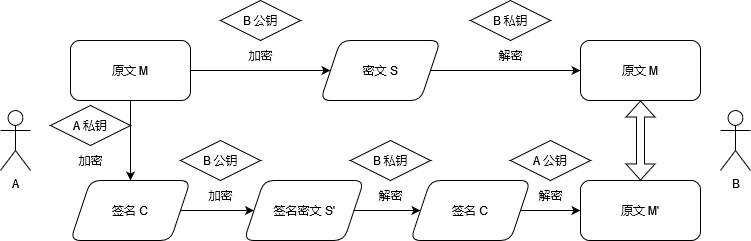
ETXIN/drawio keeps this draw.io diagram as 利用RSA进行数字签名的过程.drawio.png. Above is the earlier version. Source tidied: cells renumbered, new cells last; positions are measured from the earlier drawing's top-left corner, leaving out a move shared by most shapes. The source it was exported from:
```xml
<mxGraphModel>
  <root>
    <mxCell id="0" />
    <mxCell id="1" parent="0" />
    <mxCell id="2" style="edgeStyle=orthogonalEdgeStyle;rounded=0;jettySize=auto;html=1;" parent="1" edge="1" source="4" target="6">
      <mxGeometry relative="1" as="geometry" />
    </mxCell>
    <mxCell id="3" style="edgeStyle=orthogonalEdgeStyle;rounded=0;jettySize=auto;html=1;" parent="1" edge="1" source="4" target="14">
      <mxGeometry relative="1" as="geometry" />
    </mxCell>
    <mxCell id="4" value="原文 M" style="rounded=1;whiteSpace=wrap;html=1;" parent="1" vertex="1">
      <mxGeometry x="70" y="40" width="120" height="60" as="geometry" />
    </mxCell>
    <mxCell id="5" style="edgeStyle=orthogonalEdgeStyle;rounded=0;jettySize=auto;html=1;" parent="1" edge="1" source="6" target="7">
      <mxGeometry relative="1" as="geometry" />
    </mxCell>
    <mxCell id="6" value="密文 S" style="shape=parallelogram;perimeter=parallelogramPerimeter;whiteSpace=wrap;html=1;fixedSize=1;rounded=1;" parent="1" vertex="1">
      <mxGeometry x="320" y="40" width="120" height="60" as="geometry" />
    </mxCell>
    <mxCell id="7" value="原文 M" style="whiteSpace=wrap;html=1;rounded=1;" parent="1" vertex="1">
      <mxGeometry x="580" y="40" width="120" height="60" as="geometry" />
    </mxCell>
    <mxCell id="8" value="&lt;div&gt;加密&lt;/div&gt;" style="text;html=1;align=center;verticalAlign=middle;strokeColor=none;fillColor=none;" parent="1" vertex="1">
      <mxGeometry x="235" y="40" width="50" height="30" as="geometry" />
    </mxCell>
    <mxCell id="9" value="&lt;div&gt;解密&lt;/div&gt;" style="text;align=center;verticalAlign=middle;strokeColor=none;fillColor=none;html=1;" parent="1" vertex="1">
      <mxGeometry x="485" y="40" width="50" height="30" as="geometry" />
    </mxCell>
    <mxCell id="10" value="&lt;div&gt;B 公钥&lt;/div&gt;" style="rhombus;whiteSpace=wrap;html=1;fillColor=default;" parent="1" vertex="1">
      <mxGeometry x="220" width="80" height="40" as="geometry" />
    </mxCell>
    <mxCell id="11" value="&lt;div&gt;B 私钥&lt;/div&gt;" style="rhombus;whiteSpace=wrap;html=1;fillColor=default;" parent="1" vertex="1">
      <mxGeometry x="470" width="80" height="40" as="geometry" />
    </mxCell>
    <mxCell id="12" value="A" style="shape=umlActor;verticalLabelPosition=bottom;verticalAlign=top;html=1;fillColor=default;" parent="1" vertex="1">
      <mxGeometry y="110" width="30" height="60" as="geometry" />
    </mxCell>
    <mxCell id="13" style="edgeStyle=orthogonalEdgeStyle;rounded=0;jettySize=auto;html=1;" parent="1" edge="1" source="14" target="16">
      <mxGeometry relative="1" as="geometry" />
    </mxCell>
    <mxCell id="14" value="签名 C" style="shape=parallelogram;perimeter=parallelogramPerimeter;whiteSpace=wrap;html=1;fixedSize=1;rounded=1;" parent="1" vertex="1">
      <mxGeometry x="70" y="180" width="120" height="60" as="geometry" />
    </mxCell>
    <mxCell id="15" style="edgeStyle=orthogonalEdgeStyle;rounded=0;jettySize=auto;html=1;" parent="1" edge="1" source="16" target="18">
      <mxGeometry relative="1" as="geometry" />
    </mxCell>
    <mxCell id="16" value="签名密文 S'" style="shape=parallelogram;perimeter=parallelogramPerimeter;whiteSpace=wrap;html=1;fixedSize=1;rounded=1;" parent="1" vertex="1">
      <mxGeometry x="243.5" y="180" width="120" height="60" as="geometry" />
    </mxCell>
    <mxCell id="17" style="edgeStyle=orthogonalEdgeStyle;rounded=0;jettySize=auto;html=1;" parent="1" edge="1" source="18" target="19">
      <mxGeometry relative="1" as="geometry" />
    </mxCell>
    <mxCell id="18" value="签名 C" style="shape=parallelogram;perimeter=parallelogramPerimeter;whiteSpace=wrap;html=1;fixedSize=1;rounded=1;" parent="1" vertex="1">
      <mxGeometry x="410" y="180" width="120" height="60" as="geometry" />
    </mxCell>
    <mxCell id="19" value="原文 M'" style="whiteSpace=wrap;html=1;rounded=1;" parent="1" vertex="1">
      <mxGeometry x="580" y="180" width="120" height="60" as="geometry" />
    </mxCell>
    <mxCell id="20" style="shape=flexArrow;endArrow=classic;startArrow=classic;html=1;rounded=0;strokeColor=default;entryX=0.5;entryY=1;entryDx=0;entryDy=0;exitX=0.5;exitY=0;exitDx=0;exitDy=0;startSize=5;endSize=5;width=8;" parent="1" edge="1" source="19" target="7">
      <mxGeometry relative="1" as="geometry" />
    </mxCell>
    <mxCell id="21" value="B" style="shape=umlActor;verticalLabelPosition=bottom;verticalAlign=top;html=1;fillColor=default;" parent="1" vertex="1">
      <mxGeometry x="720" y="110" width="30" height="60" as="geometry" />
    </mxCell>
    <mxCell id="22" value="&lt;div&gt;加密&lt;/div&gt;" style="text;html=1;align=center;verticalAlign=middle;strokeColor=none;fillColor=none;" parent="1" vertex="1">
      <mxGeometry x="195" y="180" width="50" height="30" as="geometry" />
    </mxCell>
    <mxCell id="23" value="&lt;div&gt;B 公钥&lt;/div&gt;" style="rhombus;whiteSpace=wrap;html=1;fillColor=default;" parent="1" vertex="1">
      <mxGeometry x="180" y="140" width="80" height="40" as="geometry" />
    </mxCell>
    <mxCell id="24" value="&lt;div&gt;解密&lt;/div&gt;" style="text;align=center;verticalAlign=middle;strokeColor=none;fillColor=none;html=1;" parent="1" vertex="1">
      <mxGeometry x="365" y="180" width="50" height="30" as="geometry" />
    </mxCell>
    <mxCell id="25" value="&lt;div&gt;B 私钥&lt;/div&gt;" style="rhombus;whiteSpace=wrap;html=1;fillColor=default;" parent="1" vertex="1">
      <mxGeometry x="350" y="140" width="80" height="40" as="geometry" />
    </mxCell>
    <mxCell id="26" value="&lt;div&gt;A 私钥&lt;br&gt;&lt;/div&gt;" style="rhombus;whiteSpace=wrap;html=1;fillColor=default;" parent="1" vertex="1">
      <mxGeometry x="50" y="105" width="80" height="40" as="geometry" />
    </mxCell>
    <mxCell id="27" value="&lt;div&gt;加密&lt;/div&gt;" style="text;html=1;align=center;verticalAlign=middle;strokeColor=none;fillColor=none;" parent="1" vertex="1">
      <mxGeometry x="65" y="145" width="50" height="30" as="geometry" />
    </mxCell>
    <mxCell id="28" value="&lt;div&gt;解密&lt;/div&gt;" style="text;align=center;verticalAlign=middle;strokeColor=none;fillColor=none;html=1;" parent="1" vertex="1">
      <mxGeometry x="525" y="180" width="50" height="30" as="geometry" />
    </mxCell>
    <mxCell id="29" value="A 公钥" style="rhombus;whiteSpace=wrap;html=1;fillColor=default;" parent="1" vertex="1">
      <mxGeometry x="510" y="140" width="80" height="40" as="geometry" />
    </mxCell>
  </root>
</mxGraphModel>
```
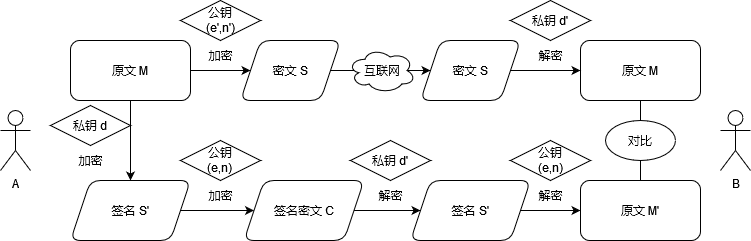
Above is the later version.

Commit message:
更新 利用RSA进行数字签名的过程.drawio.png

Diff of the diagram source:
```diff
@@ -11,26 +11,29 @@
     <mxCell id="4" value="原文 M" style="rounded=1;whiteSpace=wrap;html=1;" parent="1" vertex="1">
       <mxGeometry x="70" y="40" width="120" height="60" as="geometry" />
     </mxCell>
-    <mxCell id="5" style="edgeStyle=orthogonalEdgeStyle;rounded=0;jettySize=auto;html=1;" parent="1" edge="1" source="6" target="7">
-      <mxGeometry relative="1" as="geometry" />
-    </mxCell>
+    <mxCell id="30" style="edgeStyle=orthogonalEdgeStyle;rounded=0;jettySize=auto;html=1;exitX=1;exitY=0.5;exitDx=0;exitDy=0;entryX=0;entryY=0.5;entryDx=0;entryDy=0;endArrow=classic;endFill=1;" parent="1" edge="1" source="6" target="33">
+      <mxGeometry relative="1" as="geometry" />
+    </mxCell>
     <mxCell id="6" value="密文 S" style="shape=parallelogram;perimeter=parallelogramPerimeter;whiteSpace=wrap;html=1;fixedSize=1;rounded=1;" parent="1" vertex="1">
-      <mxGeometry x="320" y="40" width="120" height="60" as="geometry" />
+      <mxGeometry x="240" y="40" width="100" height="60" as="geometry" />
     </mxCell>
+    <mxCell id="31" style="edgeStyle=orthogonalEdgeStyle;rounded=0;jettySize=auto;html=1;exitX=0.5;exitY=1;exitDx=0;exitDy=0;endArrow=none;endFill=0;" parent="1" edge="1" source="7" target="36">
+      <mxGeometry relative="1" as="geometry" />
+    </mxCell>
     <mxCell id="7" value="原文 M" style="whiteSpace=wrap;html=1;rounded=1;" parent="1" vertex="1">
       <mxGeometry x="580" y="40" width="120" height="60" as="geometry" />
     </mxCell>
     <mxCell id="8" value="&lt;div&gt;加密&lt;/div&gt;" style="text;html=1;align=center;verticalAlign=middle;strokeColor=none;fillColor=none;" parent="1" vertex="1">
-      <mxGeometry x="235" y="40" width="50" height="30" as="geometry" />
+      <mxGeometry x="195" y="40" width="50" height="30" as="geometry" />
     </mxCell>
     <mxCell id="9" value="&lt;div&gt;解密&lt;/div&gt;" style="text;align=center;verticalAlign=middle;strokeColor=none;fillColor=none;html=1;" parent="1" vertex="1">
-      <mxGeometry x="485" y="40" width="50" height="30" as="geometry" />
+      <mxGeometry x="525" y="40" width="50" height="30" as="geometry" />
     </mxCell>
-    <mxCell id="10" value="&lt;div&gt;B 公钥&lt;/div&gt;" style="rhombus;whiteSpace=wrap;html=1;fillColor=default;" parent="1" vertex="1">
-      <mxGeometry x="220" width="80" height="40" as="geometry" />
+    <mxCell id="10" value="&lt;div&gt;公钥&lt;/div&gt;&lt;div&gt;(e',n')&lt;/div&gt;" style="rhombus;whiteSpace=wrap;html=1;fillColor=default;" parent="1" vertex="1">
+      <mxGeometry x="180" width="80" height="40" as="geometry" />
     </mxCell>
-    <mxCell id="11" value="&lt;div&gt;B 私钥&lt;/div&gt;" style="rhombus;whiteSpace=wrap;html=1;fillColor=default;" parent="1" vertex="1">
-      <mxGeometry x="470" width="80" height="40" as="geometry" />
+    <mxCell id="11" value="&lt;div&gt;私钥 d'&lt;/div&gt;" style="rhombus;whiteSpace=wrap;html=1;fillColor=default;" parent="1" vertex="1">
+      <mxGeometry x="510" width="80" height="40" as="geometry" />
     </mxCell>
     <mxCell id="12" value="A" style="shape=umlActor;verticalLabelPosition=bottom;verticalAlign=top;html=1;fillColor=default;" parent="1" vertex="1">
       <mxGeometry y="110" width="30" height="60" as="geometry" />
@@ -38,43 +41,40 @@
     <mxCell id="13" style="edgeStyle=orthogonalEdgeStyle;rounded=0;jettySize=auto;html=1;" parent="1" edge="1" source="14" target="16">
       <mxGeometry relative="1" as="geometry" />
     </mxCell>
-    <mxCell id="14" value="签名 C" style="shape=parallelogram;perimeter=parallelogramPerimeter;whiteSpace=wrap;html=1;fixedSize=1;rounded=1;" parent="1" vertex="1">
+    <mxCell id="14" value="签名 S'" style="shape=parallelogram;perimeter=parallelogramPerimeter;whiteSpace=wrap;html=1;fixedSize=1;rounded=1;" parent="1" vertex="1">
       <mxGeometry x="70" y="180" width="120" height="60" as="geometry" />
     </mxCell>
     <mxCell id="15" style="edgeStyle=orthogonalEdgeStyle;rounded=0;jettySize=auto;html=1;" parent="1" edge="1" source="16" target="18">
       <mxGeometry relative="1" as="geometry" />
     </mxCell>
-    <mxCell id="16" value="签名密文 S'" style="shape=parallelogram;perimeter=parallelogramPerimeter;whiteSpace=wrap;html=1;fixedSize=1;rounded=1;" parent="1" vertex="1">
+    <mxCell id="16" value="签名密文 C" style="shape=parallelogram;perimeter=parallelogramPerimeter;whiteSpace=wrap;html=1;fixedSize=1;rounded=1;" parent="1" vertex="1">
       <mxGeometry x="243.5" y="180" width="120" height="60" as="geometry" />
     </mxCell>
     <mxCell id="17" style="edgeStyle=orthogonalEdgeStyle;rounded=0;jettySize=auto;html=1;" parent="1" edge="1" source="18" target="19">
       <mxGeometry relative="1" as="geometry" />
     </mxCell>
-    <mxCell id="18" value="签名 C" style="shape=parallelogram;perimeter=parallelogramPerimeter;whiteSpace=wrap;html=1;fixedSize=1;rounded=1;" parent="1" vertex="1">
+    <mxCell id="18" value="签名 S'" style="shape=parallelogram;perimeter=parallelogramPerimeter;whiteSpace=wrap;html=1;fixedSize=1;rounded=1;" parent="1" vertex="1">
       <mxGeometry x="410" y="180" width="120" height="60" as="geometry" />
     </mxCell>
     <mxCell id="19" value="原文 M'" style="whiteSpace=wrap;html=1;rounded=1;" parent="1" vertex="1">
       <mxGeometry x="580" y="180" width="120" height="60" as="geometry" />
     </mxCell>
-    <mxCell id="20" style="shape=flexArrow;endArrow=classic;startArrow=classic;html=1;rounded=0;strokeColor=default;entryX=0.5;entryY=1;entryDx=0;entryDy=0;exitX=0.5;exitY=0;exitDx=0;exitDy=0;startSize=5;endSize=5;width=8;" parent="1" edge="1" source="19" target="7">
-      <mxGeometry relative="1" as="geometry" />
-    </mxCell>
     <mxCell id="21" value="B" style="shape=umlActor;verticalLabelPosition=bottom;verticalAlign=top;html=1;fillColor=default;" parent="1" vertex="1">
       <mxGeometry x="720" y="110" width="30" height="60" as="geometry" />
     </mxCell>
     <mxCell id="22" value="&lt;div&gt;加密&lt;/div&gt;" style="text;html=1;align=center;verticalAlign=middle;strokeColor=none;fillColor=none;" parent="1" vertex="1">
       <mxGeometry x="195" y="180" width="50" height="30" as="geometry" />
     </mxCell>
-    <mxCell id="23" value="&lt;div&gt;B 公钥&lt;/div&gt;" style="rhombus;whiteSpace=wrap;html=1;fillColor=default;" parent="1" vertex="1">
+    <mxCell id="23" value="&lt;div&gt;公钥&lt;/div&gt;&lt;div&gt;(e,n)&lt;br&gt;&lt;/div&gt;" style="rhombus;whiteSpace=wrap;html=1;fillColor=default;" parent="1" vertex="1">
       <mxGeometry x="180" y="140" width="80" height="40" as="geometry" />
     </mxCell>
     <mxCell id="24" value="&lt;div&gt;解密&lt;/div&gt;" style="text;align=center;verticalAlign=middle;strokeColor=none;fillColor=none;html=1;" parent="1" vertex="1">
       <mxGeometry x="365" y="180" width="50" height="30" as="geometry" />
     </mxCell>
-    <mxCell id="25" value="&lt;div&gt;B 私钥&lt;/div&gt;" style="rhombus;whiteSpace=wrap;html=1;fillColor=default;" parent="1" vertex="1">
+    <mxCell id="25" value="&lt;div&gt;私钥 d'&lt;br&gt;&lt;/div&gt;" style="rhombus;whiteSpace=wrap;html=1;fillColor=default;" parent="1" vertex="1">
       <mxGeometry x="350" y="140" width="80" height="40" as="geometry" />
     </mxCell>
-    <mxCell id="26" value="&lt;div&gt;A 私钥&lt;br&gt;&lt;/div&gt;" style="rhombus;whiteSpace=wrap;html=1;fillColor=default;" parent="1" vertex="1">
+    <mxCell id="26" value="&lt;div&gt;私钥 d&lt;br&gt;&lt;/div&gt;" style="rhombus;whiteSpace=wrap;html=1;fillColor=default;" parent="1" vertex="1">
       <mxGeometry x="50" y="105" width="80" height="40" as="geometry" />
     </mxCell>
     <mxCell id="27" value="&lt;div&gt;加密&lt;/div&gt;" style="text;html=1;align=center;verticalAlign=middle;strokeColor=none;fillColor=none;" parent="1" vertex="1">
@@ -83,8 +83,23 @@
     <mxCell id="28" value="&lt;div&gt;解密&lt;/div&gt;" style="text;align=center;verticalAlign=middle;strokeColor=none;fillColor=none;html=1;" parent="1" vertex="1">
       <mxGeometry x="525" y="180" width="50" height="30" as="geometry" />
     </mxCell>
-    <mxCell id="29" value="A 公钥" style="rhombus;whiteSpace=wrap;html=1;fillColor=default;" parent="1" vertex="1">
+    <mxCell id="29" value="&lt;div&gt;公钥&lt;br&gt;&lt;/div&gt;(e,n)" style="rhombus;whiteSpace=wrap;html=1;fillColor=default;" parent="1" vertex="1">
       <mxGeometry x="510" y="140" width="80" height="40" as="geometry" />
     </mxCell>
+    <mxCell id="32" style="edgeStyle=orthogonalEdgeStyle;rounded=0;jettySize=auto;html=1;exitX=1;exitY=0.5;exitDx=0;exitDy=0;endArrow=classic;endFill=1;" parent="1" edge="1" source="33" target="7">
+      <mxGeometry relative="1" as="geometry" />
+    </mxCell>
+    <mxCell id="33" value="密文 S" style="shape=parallelogram;perimeter=parallelogramPerimeter;whiteSpace=wrap;html=1;fixedSize=1;rounded=1;" parent="1" vertex="1">
+      <mxGeometry x="420" y="40" width="100" height="60" as="geometry" />
+    </mxCell>
+    <mxCell id="34" value="互联网" style="ellipse;shape=cloud;whiteSpace=wrap;html=1;" parent="1" vertex="1">
+      <mxGeometry x="347.5" y="47.5" width="67.5" height="45" as="geometry" />
+    </mxCell>
+    <mxCell id="35" style="edgeStyle=orthogonalEdgeStyle;rounded=0;jettySize=auto;html=1;endArrow=none;endFill=0;" parent="1" edge="1" source="36" target="19">
+      <mxGeometry relative="1" as="geometry" />
+    </mxCell>
+    <mxCell id="36" value="&lt;div&gt;对比&lt;/div&gt;" style="ellipse;whiteSpace=wrap;html=1;" parent="1" vertex="1">
+      <mxGeometry x="605" y="120" width="70" height="40" as="geometry" />
+    </mxCell>
   </root>
 </mxGraphModel>
```
